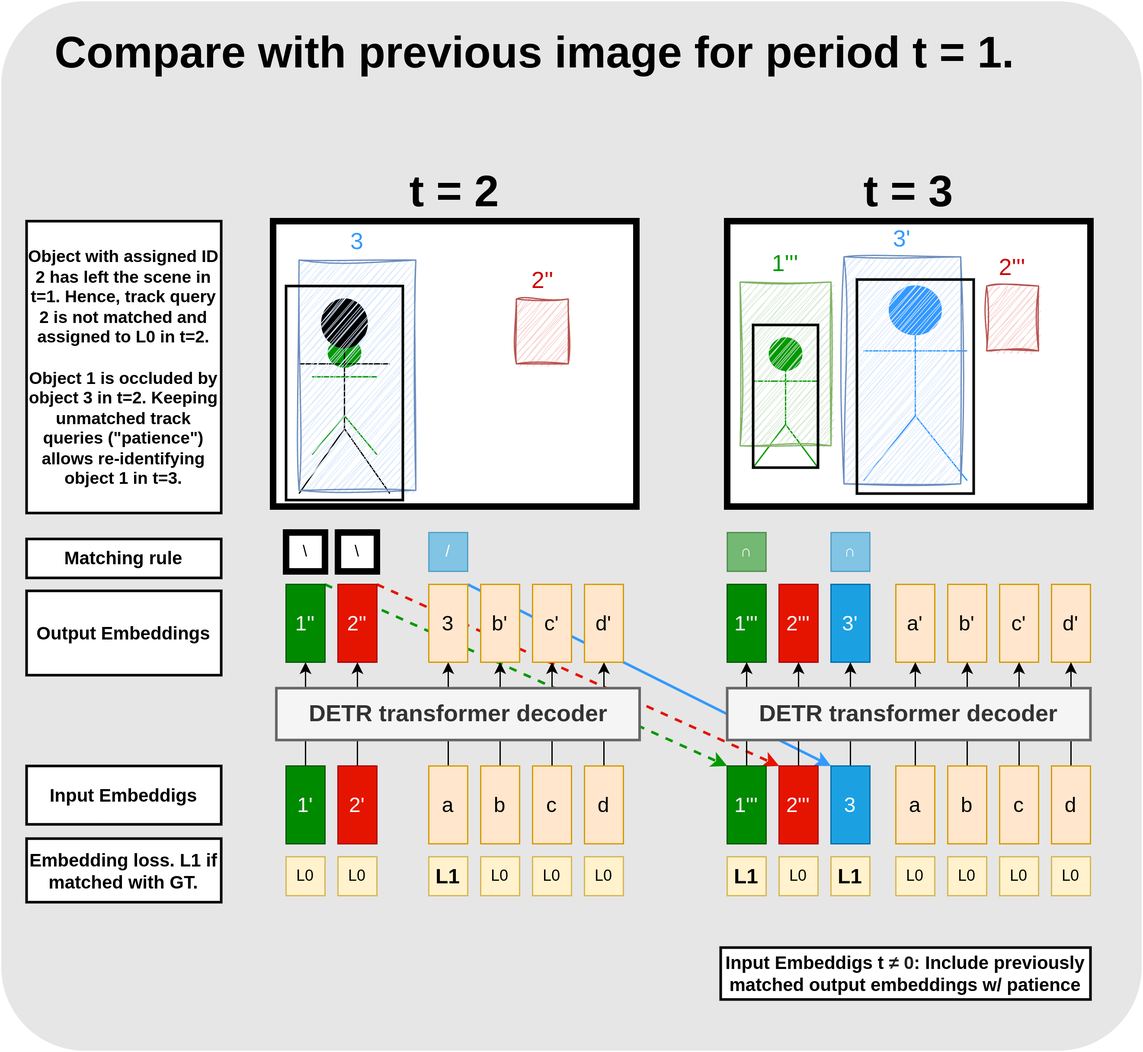
Before: assets/img/dl-series/4_trackformer_t3t4.png, a diagram exported from draw.io (tostenzel/tostenzel.github.io). Source tidied: cells renumbered, new cells last; positions are measured from the earlier drawing's top-left corner, leaving out a move shared by most shapes.
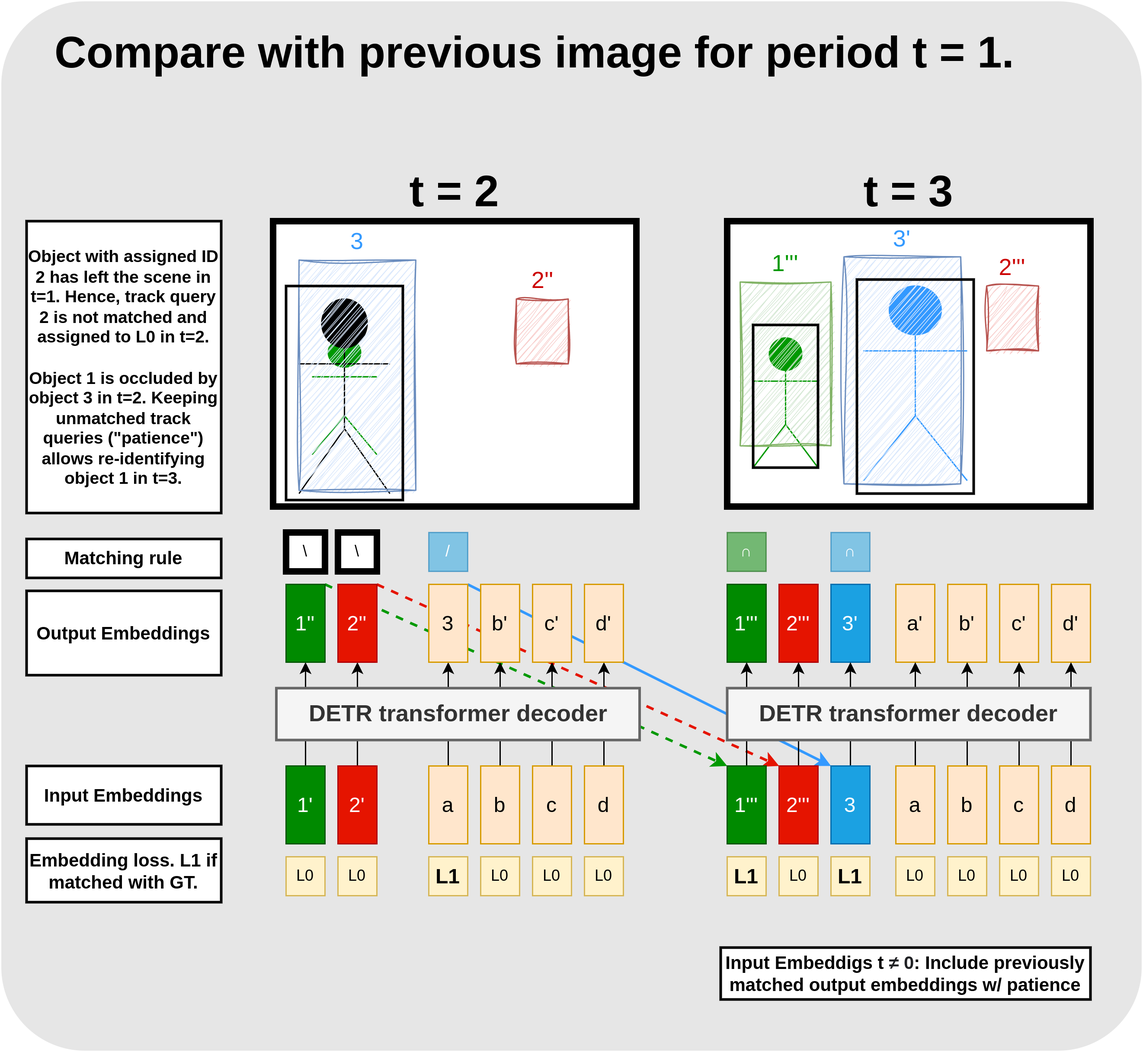
The same file after the commit.

Diff of the diagram source:
```diff
@@ -212,7 +212,7 @@
     <mxCell id="69" value="&lt;b&gt;&lt;font style=&quot;font-size: 14px;&quot;&gt;Embedding loss. L1 if matched with GT.&lt;/font&gt;&lt;/b&gt;" style="rounded=0;whiteSpace=wrap;html=1;strokeWidth=2;" parent="1" vertex="1">
       <mxGeometry x="20" y="646" width="150" height="49" as="geometry" />
     </mxCell>
-    <mxCell id="70" value="&lt;b&gt;&lt;font style=&quot;font-size: 14px;&quot;&gt;Input Embeddigs&lt;/font&gt;&lt;/b&gt;" style="rounded=0;whiteSpace=wrap;html=1;perimeterSpacing=1;strokeWidth=2;" parent="1" vertex="1">
+    <mxCell id="70" value="&lt;b&gt;&lt;font style=&quot;font-size: 14px;&quot;&gt;Input Embeddings&lt;/font&gt;&lt;/b&gt;" style="rounded=0;whiteSpace=wrap;html=1;perimeterSpacing=1;strokeWidth=2;" parent="1" vertex="1">
       <mxGeometry x="20" y="590" width="150" height="45" as="geometry" />
     </mxCell>
     <mxCell id="71" value="&lt;b&gt;&lt;font style=&quot;font-size: 14px;&quot;&gt;Output Embeddings&lt;/font&gt;&lt;/b&gt;" style="rounded=0;whiteSpace=wrap;html=1;strokeWidth=2;" parent="1" vertex="1">
```
